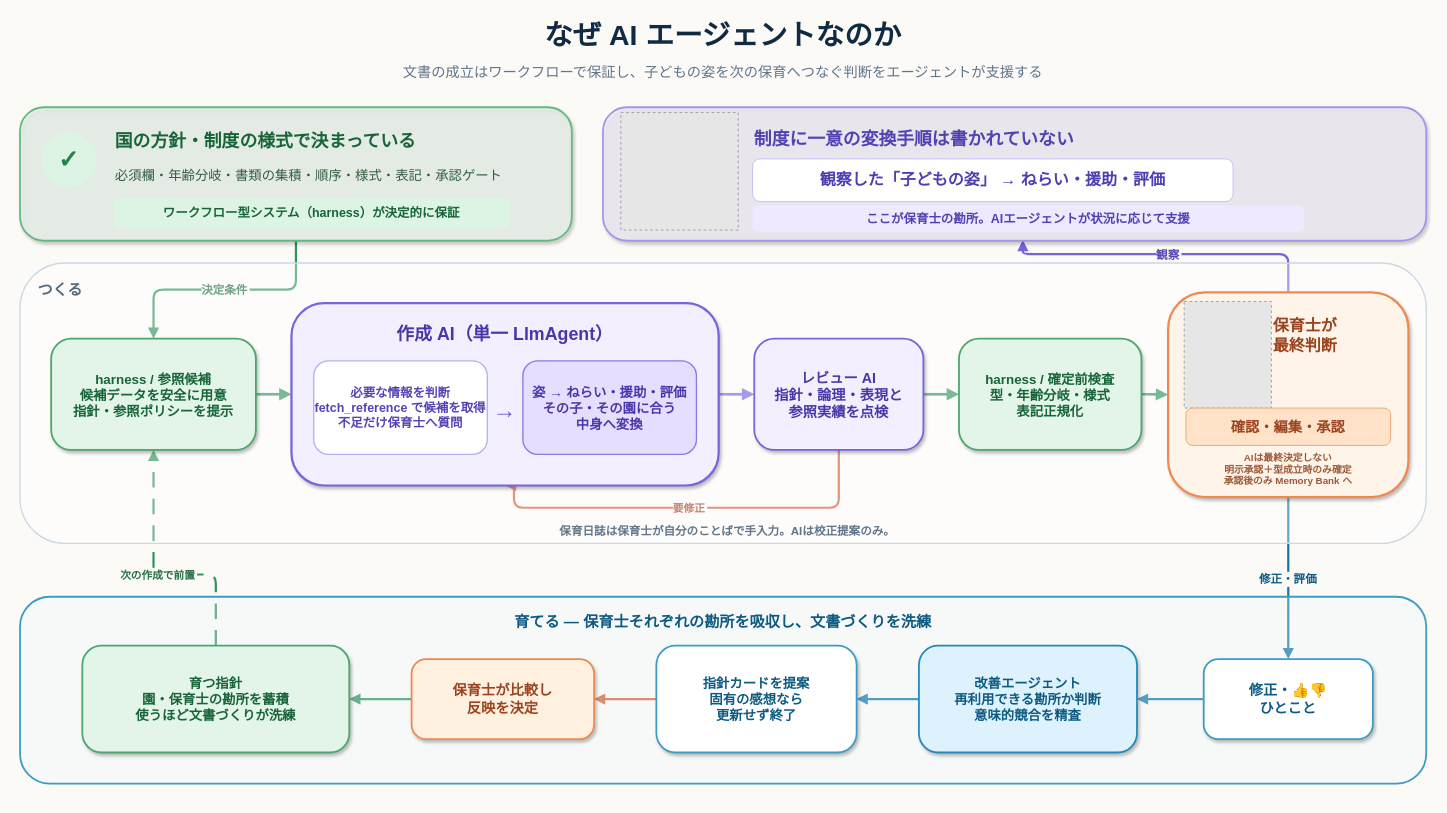
soichiGogo/hoiku-agent keeps this draw.io diagram as docs/agent-workflow.drawio. Above is the earlier version. Source tidied: cells renumbered, new cells numbered last; positions are measured from the earlier drawing's top-left corner, leaving out a move shared by most shapes. Both pictures are drawn from the tidied source at 89%, with x=0, y=0 at pixel (20, 15). Pictures stored in the file or linked from it are replaced by grey dashed boxes.
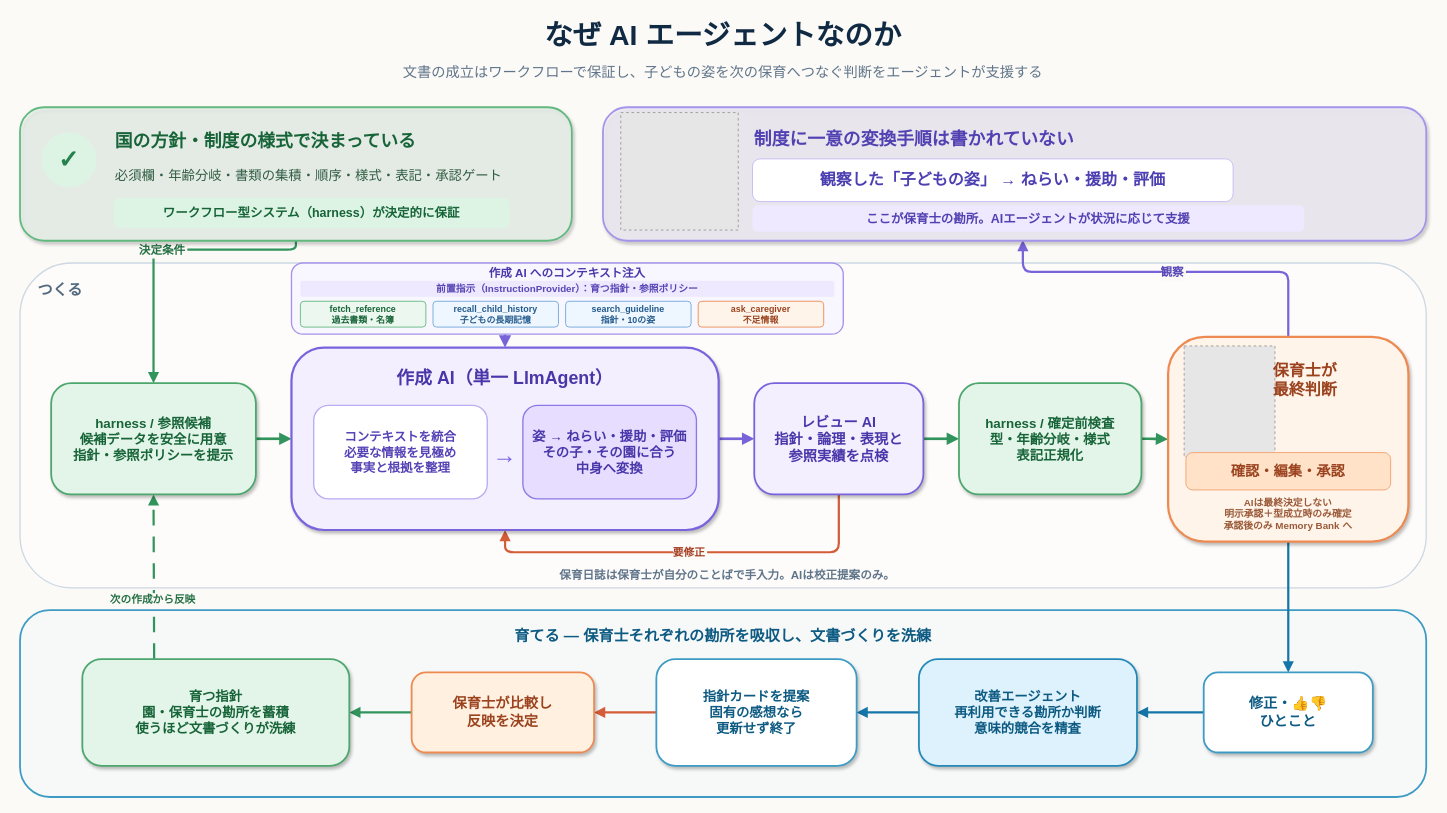
The same page after the edit.

Commit message (it also covers changes not shown here):
作成AIへのコンテキスト注入を図示

Unchanged cells that the change refers to:
```xml
<mxCell id="17" style="rounded=1;whiteSpace=wrap;html=0;fillColor=#ECF8EF;fillOpacity=55;strokeColor=#62B97F;strokeWidth=2;shadow=1;arcSize=18;fontFamily=Helvetica;" parent="1" vertex="1">
  <mxGeometry y="103" width="620" height="150" as="geometry" />
</mxCell>
<mxCell id="22" style="rounded=1;whiteSpace=wrap;html=0;fillColor=#F4F0FF;fillOpacity=60;strokeColor=#A594EA;strokeWidth=2;shadow=1;arcSize=18;fontFamily=Helvetica;" parent="1" vertex="1">
  <mxGeometry x="655" y="103" width="925" height="150" as="geometry" />
</mxCell>
```

What changed in the source:
```diff
@@
+    <mxCell id="42" value="育てる — 保育士それぞれの勘所を吸収し、文書づくりを洗練" style="rounded=1;whiteSpace=wrap;html=0;fillColor=#EAF6FC;fillOpacity=30;strokeColor=#3D9BC4;strokeWidth=2;verticalAlign=top;align=center;spacingTop=13;fontColor=#0D5A82;fontSize=17;fontStyle=1;fontFamily=Helvetica;arcSize=16;" parent="1" vertex="1">
+      <mxGeometry y="668" width="1580" height="210" as="geometry" />
+    </mxCell>
+    <mxCell id="27" value="つくる" style="rounded=1;whiteSpace=wrap;html=0;fillColor=#FFFFFF;fillOpacity=35;strokeColor=#CDD8E3;strokeWidth=1.5;verticalAlign=top;align=left;spacingTop=14;spacingLeft=18;fontColor=#52697E;fontSize=17;fontStyle=1;fontFamily=Helvetica;arcSize=16;" parent="1" vertex="1">
+      <mxGeometry y="278" width="1580" height="365" as="geometry" />
+    </mxCell>
     <mxCell id="2" value="決定条件" style="edgeStyle=orthogonalEdgeStyle;rounded=1;html=0;endArrow=block;endFill=1;strokeWidth=2.5;strokeColor=#31945C;fontColor=#247044;fontSize=13;fontStyle=1;fontFamily=Helvetica;labelBackgroundColor=#FBFAF7;exitX=0.5;exitY=1;entryX=0.5;entryY=0;" parent="1" edge="1" source="17" target="28">
-      <mxGeometry relative="1" as="geometry" />
+      <mxGeometry relative="1" as="geometry">
+        <Array as="points">
+          <mxPoint x="310" y="263" />
+          <mxPoint x="150" y="263" />
+        </Array>
+      </mxGeometry>
     </mxCell>
     <mxCell id="3" value="観察" style="edgeStyle=orthogonalEdgeStyle;rounded=1;html=0;endArrow=block;endFill=1;strokeWidth=2.5;strokeColor=#7764D8;fontColor=#5847B6;fontSize=13;fontStyle=1;fontFamily=Helvetica;labelBackgroundColor=#FBFAF7;entryX=0.51;entryY=0.995;entryDx=0;entryDy=0;entryPerimeter=0;exitX=0.5;exitY=0;exitDx=0;exitDy=0;" parent="1" edge="1" source="36" target="22">
       <mxGeometry relative="1" as="geometry">
         <Array as="points">
-          <mxPoint x="1425" y="268" />
-          <mxPoint x="1127" y="268" />
+          <mxPoint x="1425" y="288" />
+          <mxPoint x="1127" y="288" />
         </Array>
       </mxGeometry>
     </mxCell>
@@
+    <mxCell id="48" style="edgeStyle=orthogonalEdgeStyle;rounded=1;html=0;endArrow=block;endFill=1;strokeWidth=3;strokeColor=#7764D8;exitX=0.387;exitY=1;entryX=0.5;entryY=0;" parent="1" edge="1" source="49" target="29">
+      <mxGeometry relative="1" as="geometry" />
+    </mxCell>
@@
-    <mxCell id="8" value="要修正" style="edgeStyle=orthogonalEdgeStyle;rounded=1;html=0;endArrow=block;endFill=1;strokeWidth=2.5;strokeColor=#D45D38;fontColor=#A53E22;fontSize=12;fontStyle=1;fontFamily=Helvetica;labelBackgroundColor=#FBFAF7;exitX=0.5;exitY=1;entryX=0.5;entryY=1;" parent="1" edge="1" source="34" target="29">
+    <mxCell id="8" value="要修正" style="edgeStyle=orthogonalEdgeStyle;rounded=1;html=0;endArrow=block;endFill=1;strokeWidth=2.5;strokeColor=#D45D38;fontColor=#A53E22;fontSize=12;fontStyle=1;fontFamily=Helvetica;labelBackgroundColor=#FBFAF7;exitX=0.5;exitY=1;" parent="1" edge="1" source="34">
       <mxGeometry relative="1" as="geometry">
+        <mxPoint x="545" y="578" as="targetPoint" />
         <Array as="points">
-          <mxPoint x="920" y="553" />
-          <mxPoint x="555" y="553" />
+          <mxPoint x="920" y="603" />
+          <mxPoint x="545" y="603" />
+          <mxPoint x="545" y="578" />
         </Array>
       </mxGeometry>
     </mxCell>
-    <mxCell id="9" value="修正・評価" style="edgeStyle=orthogonalEdgeStyle;rounded=1;html=0;endArrow=block;endFill=1;strokeWidth=2.5;strokeColor=#1476A8;fontColor=#0D5A82;fontSize=13;fontStyle=1;fontFamily=Helvetica;labelBackgroundColor=#FBFAF7;exitX=0.5;exitY=1;entryX=0.5;entryY=0;" parent="1" edge="1" source="36" target="43">
-      <mxGeometry relative="1" as="geometry" />
+    <mxCell id="9" style="edgeStyle=orthogonalEdgeStyle;rounded=1;html=0;endArrow=block;endFill=1;strokeWidth=2.5;strokeColor=#1476A8;fontColor=#0D5A82;fontSize=13;fontStyle=1;fontFamily=Helvetica;labelBackgroundColor=#FBFAF7;exitX=0.5;exitY=1;entryX=0.5;entryY=0;" parent="1" edge="1" source="36" target="43">
+      <mxGeometry x="0.07" y="-50" relative="1" as="geometry" />
     </mxCell>
@@
-    <mxCell id="14" value="次の作成で前置" style="edgeStyle=orthogonalEdgeStyle;rounded=1;html=0;endArrow=block;endFill=1;dashed=1;dashPattern=7 5;strokeWidth=2.5;strokeColor=#31945C;fontColor=#247044;fontSize=12;fontStyle=1;fontFamily=Helvetica;labelBackgroundColor=#FBFAF7;exitX=0.5;exitY=0;entryX=0.5;entryY=1;" parent="1" edge="1" source="47" target="28">
-      <mxGeometry relative="1" as="geometry">
+    <mxCell id="14" value="次の作成から反映　" style="edgeStyle=orthogonalEdgeStyle;rounded=1;html=0;endArrow=block;endFill=1;dashed=1;dashPattern=7 5;strokeWidth=2.5;strokeColor=#31945C;fontColor=#247044;fontSize=12;fontStyle=1;fontFamily=Helvetica;labelBackgroundColor=#FBFAF7;exitX=0.269;exitY=-0.001;entryX=0.5;entryY=1;exitDx=0;exitDy=0;exitPerimeter=0;" parent="1" edge="1" source="47" target="28">
+      <mxGeometry x="-0.27" y="-5" relative="1" as="geometry">
         <Array as="points">
-          <mxPoint x="220" y="628" />
-          <mxPoint x="150" y="628" />
+          <mxPoint x="150" y="723" />
         </Array>
       </mxGeometry>
     </mxCell>
@@
-    <mxCell id="27" value="つくる" style="rounded=1;whiteSpace=wrap;html=0;fillColor=#FFFFFF;fillOpacity=35;strokeColor=#CDD8E3;strokeWidth=1.5;verticalAlign=top;align=left;spacingTop=14;spacingLeft=18;fontColor=#52697E;fontSize=17;fontStyle=1;fontFamily=Helvetica;arcSize=16;" parent="1" vertex="1">
-      <mxGeometry y="278" width="1580" height="315" as="geometry" />
-    </mxCell>
     <mxCell id="28" value="harness / 参照候補&#10;候補データを安全に用意&#10;指針・参照ポリシーを提示" style="rounded=1;whiteSpace=wrap;html=0;fillColor=#E3F5E9;strokeColor=#4CA66D;strokeWidth=2;shadow=1;arcSize=18;fontColor=#176438;fontSize=15;fontStyle=1;fontFamily=Helvetica;" parent="1" vertex="1">
-      <mxGeometry x="35" y="363" width="230" height="125" as="geometry" />
+      <mxGeometry x="35" y="413" width="230" height="125" as="geometry" />
     </mxCell>
+    <mxCell id="49" style="rounded=1;whiteSpace=wrap;html=0;fillColor=#F8F6FF;strokeColor=#A594EA;strokeWidth=1.5;arcSize=16;fontFamily=Helvetica;" parent="1" vertex="1">
+      <mxGeometry x="305" y="278" width="620" height="80" as="geometry" />
+    </mxCell>
+    <mxCell id="50" value="作成 AI へのコンテキスト注入" style="text;html=0;strokeColor=none;fillColor=none;align=center;verticalAlign=middle;whiteSpace=wrap;fontColor=#4937AA;fontSize=13;fontStyle=1;fontFamily=Helvetica;" parent="49" vertex="1">
+      <mxGeometry x="10" y="2" width="600" height="17" as="geometry" />
+    </mxCell>
+    <mxCell id="51" value="前置指示（InstructionProvider）：育つ指針・参照ポリシー" style="rounded=1;whiteSpace=wrap;html=0;fillColor=#EEE9FF;strokeColor=none;arcSize=16;fontColor=#5847B6;fontSize=11;fontStyle=1;fontFamily=Helvetica;" parent="49" vertex="1">
+      <mxGeometry x="10" y="20" width="600" height="18" as="geometry" />
+    </mxCell>
+    <mxCell id="52" value="fetch_reference&#10;過去書類・名簿" style="rounded=1;whiteSpace=wrap;html=0;fillColor=#ECF8EF;strokeColor=#62B97F;strokeWidth=1;arcSize=14;fontColor=#176438;fontSize=10;fontStyle=1;fontFamily=Helvetica;" parent="49" vertex="1">
+      <mxGeometry x="10" y="43" width="141" height="29" as="geometry" />
+    </mxCell>
+    <mxCell id="53" value="recall_child_history&#10;子どもの長期記憶" style="rounded=1;whiteSpace=wrap;html=0;fillColor=#EEF6FF;strokeColor=#6FA7DA;strokeWidth=1;arcSize=14;fontColor=#235A8C;fontSize=10;fontStyle=1;fontFamily=Helvetica;" parent="49" vertex="1">
+      <mxGeometry x="159" y="43" width="141" height="29" as="geometry" />
+    </mxCell>
+    <mxCell id="54" value="search_guideline&#10;指針・10の姿" style="rounded=1;whiteSpace=wrap;html=0;fillColor=#EEF6FF;strokeColor=#6FA7DA;strokeWidth=1;arcSize=14;fontColor=#235A8C;fontSize=10;fontStyle=1;fontFamily=Helvetica;" parent="49" vertex="1">
+      <mxGeometry x="308" y="43" width="141" height="29" as="geometry" />
+    </mxCell>
+    <mxCell id="55" value="ask_caregiver&#10;不足情報" style="rounded=1;whiteSpace=wrap;html=0;fillColor=#FFF4E9;strokeColor=#ED8A52;strokeWidth=1;arcSize=14;fontColor=#9B431F;fontSize=10;fontStyle=1;fontFamily=Helvetica;" parent="49" vertex="1">
+      <mxGeometry x="457" y="43" width="141" height="29" as="geometry" />
+    </mxCell>
     <mxCell id="29" style="rounded=1;whiteSpace=wrap;html=0;fillColor=#F3EFFF;strokeColor=#7A63DD;strokeWidth=2.5;shadow=1;arcSize=18;fontFamily=Helvetica;" parent="1" vertex="1">
-      <mxGeometry x="305" y="323" width="480" height="205" as="geometry" />
+      <mxGeometry x="305" y="373" width="480" height="205" as="geometry" />
     </mxCell>
@@
-    <mxCell id="31" value="必要な情報を判断&#10;fetch_reference で候補を取得&#10;不足だけ保育士へ質問" style="rounded=1;whiteSpace=wrap;html=0;fillColor=#FFFFFF;strokeColor=#B9ACF1;strokeWidth=1.5;arcSize=16;fontColor=#5543B6;fontSize=14;fontStyle=1;fontFamily=Helvetica;" parent="29" vertex="1">
+    <mxCell id="31" value="コンテキストを統合&#10;必要な情報を見極め&#10;事実と根拠を整理" style="rounded=1;whiteSpace=wrap;html=0;fillColor=#FFFFFF;strokeColor=#B9ACF1;strokeWidth=1.5;arcSize=16;fontColor=#5543B6;fontSize=14;fontStyle=1;fontFamily=Helvetica;" parent="29" vertex="1">
       <mxGeometry x="25" y="65" width="195" height="105" as="geometry" />
     </mxCell>
@@
     <mxCell id="34" value="レビュー AI&#10;指針・論理・表現と&#10;参照実績を点検" style="rounded=1;whiteSpace=wrap;html=0;fillColor=#F3EFFF;strokeColor=#7A63DD;strokeWidth=2;shadow=1;arcSize=18;fontColor=#4937AA;fontSize=16;fontStyle=1;fontFamily=Helvetica;" parent="1" vertex="1">
-      <mxGeometry x="825" y="363" width="190" height="125" as="geometry" />
+      <mxGeometry x="825" y="413" width="190" height="125" as="geometry" />
     </mxCell>
     <mxCell id="35" value="harness / 確定前検査&#10;型・年齢分岐・様式&#10;表記正規化" style="rounded=1;whiteSpace=wrap;html=0;fillColor=#E3F5E9;strokeColor=#4CA66D;strokeWidth=2;shadow=1;arcSize=18;fontColor=#176438;fontSize=15;fontStyle=1;fontFamily=Helvetica;" parent="1" vertex="1">
-      <mxGeometry x="1055" y="363" width="205" height="125" as="geometry" />
+      <mxGeometry x="1055" y="413" width="205" height="125" as="geometry" />
     </mxCell>
     <mxCell id="36" style="rounded=1;whiteSpace=wrap;html=0;fillColor=#FFF4E9;strokeColor=#ED8A52;strokeWidth=2.5;shadow=1;arcSize=18;fontFamily=Helvetica;" parent="1" vertex="1">
-      <mxGeometry x="1290" y="311" width="270" height="230" as="geometry" />
+      <mxGeometry x="1290" y="361" width="270" height="230" as="geometry" />
     </mxCell>
     <mxCell id="37" style="fillColor=#E6E6E6;strokeColor=#999999;dashed=1;html=0;fontFamily=Helvetica;" parent="36" vertex="1">
-      <mxGeometry x="18" y="10.2" width="98" height="119.8" as="geometry" />
+      <mxGeometry x="18" y="10.2" width="102" height="124.7" as="geometry" />
     </mxCell>
@@
     <mxCell id="41" value="保育日誌は保育士が自分のことばで手入力。AIは校正提案のみ。" style="text;html=0;strokeColor=none;fillColor=none;align=center;verticalAlign=middle;whiteSpace=wrap;fontColor=#60758A;fontSize=13;fontStyle=1;fontFamily=Helvetica;" parent="1" vertex="1">
-      <mxGeometry x="435" y="568" width="720" height="22" as="geometry" />
+      <mxGeometry x="435" y="618" width="720" height="22" as="geometry" />
     </mxCell>
-    <mxCell id="42" value="育てる — 保育士それぞれの勘所を吸収し、文書づくりを洗練" style="rounded=1;whiteSpace=wrap;html=0;fillColor=#EAF6FC;fillOpacity=30;strokeColor=#3D9BC4;strokeWidth=2;verticalAlign=top;align=center;spacingTop=13;fontColor=#0D5A82;fontSize=17;fontStyle=1;fontFamily=Helvetica;arcSize=16;" parent="1" vertex="1">
-      <mxGeometry y="653" width="1580" height="210" as="geometry" />
-    </mxCell>
     <mxCell id="43" value="修正・👍👎&#10;ひとこと" style="rounded=1;whiteSpace=wrap;html=0;fillColor=#FFFFFF;strokeColor=#3D9BC4;strokeWidth=2;shadow=1;arcSize=18;fontColor=#0D5A82;fontSize=16;fontStyle=1;fontFamily=Helvetica;" parent="1" vertex="1">
-      <mxGeometry x="1330" y="723" width="190" height="90" as="geometry" />
+      <mxGeometry x="1330" y="738" width="190" height="90" as="geometry" />
     </mxCell>
     <mxCell id="44" value="改善エージェント&#10;再利用できる勘所か判断&#10;意味的競合を精査" style="rounded=1;whiteSpace=wrap;html=0;fillColor=#DDF2FC;strokeColor=#2489B8;strokeWidth=2;shadow=1;arcSize=18;fontColor=#0D5A82;fontSize=15;fontStyle=1;fontFamily=Helvetica;" parent="1" vertex="1">
-      <mxGeometry x="1010" y="708" width="245" height="120" as="geometry" />
+      <mxGeometry x="1010" y="723" width="245" height="120" as="geometry" />
     </mxCell>
     <mxCell id="45" value="指針カードを提案&#10;固有の感想なら&#10;更新せず終了" style="rounded=1;whiteSpace=wrap;html=0;fillColor=#FFFFFF;strokeColor=#3D9BC4;strokeWidth=2;shadow=1;arcSize=18;fontColor=#0D5A82;fontSize=15;fontStyle=1;fontFamily=Helvetica;" parent="1" vertex="1">
-      <mxGeometry x="715" y="708" width="225" height="120" as="geometry" />
+      <mxGeometry x="715" y="723" width="225" height="120" as="geometry" />
     </mxCell>
     <mxCell id="46" value="保育士が比較し&#10;反映を決定" style="rounded=1;whiteSpace=wrap;html=0;fillColor=#FFF0DF;strokeColor=#ED8A52;strokeWidth=2;shadow=1;arcSize=18;fontColor=#9B431F;fontSize=16;fontStyle=1;fontFamily=Helvetica;" parent="1" vertex="1">
-      <mxGeometry x="440" y="723" width="205" height="90" as="geometry" />
+      <mxGeometry x="440" y="738" width="205" height="90" as="geometry" />
     </mxCell>
     <mxCell id="47" value="育つ指針&#10;園・保育士の勘所を蓄積&#10;使うほど文書づくりが洗練" style="rounded=1;whiteSpace=wrap;html=0;fillColor=#E3F5E9;strokeColor=#4CA66D;strokeWidth=2;shadow=1;arcSize=18;fontColor=#176438;fontSize=15;fontStyle=1;fontFamily=Helvetica;" parent="1" vertex="1">
-      <mxGeometry x="70" y="708" width="300" height="120" as="geometry" />
+      <mxGeometry x="70" y="723" width="300" height="120" as="geometry" />
     </mxCell>
```
